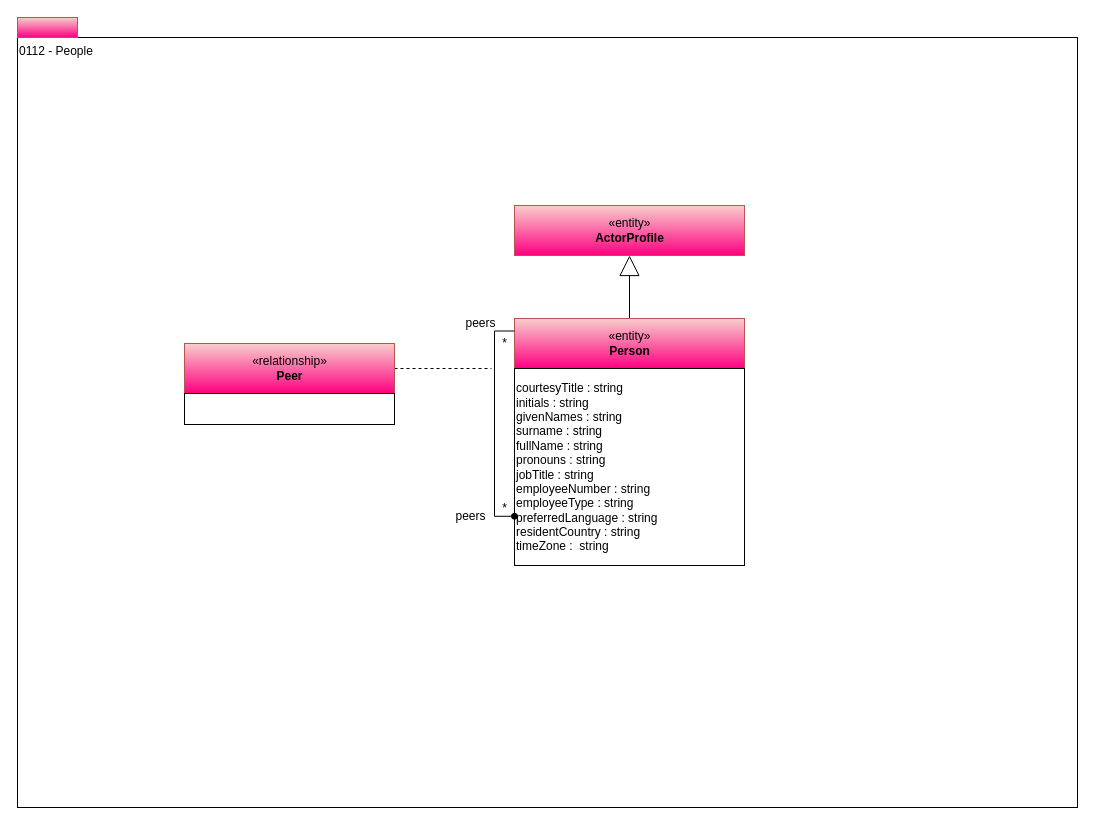
Above: page "0112-People" (4 of 17) of site/docs/types/1/area-1-collaboration.drawio in odpi/egeria-docs (draw.io), before the change. Source tidied: cells renumbered, new cells numbered last; positions are measured from the earlier drawing's top-left corner, leaving out a move shared by most shapes. Both pictures are drawn from the tidied source at 100%, with x=0, y=0 at pixel (17, 17).
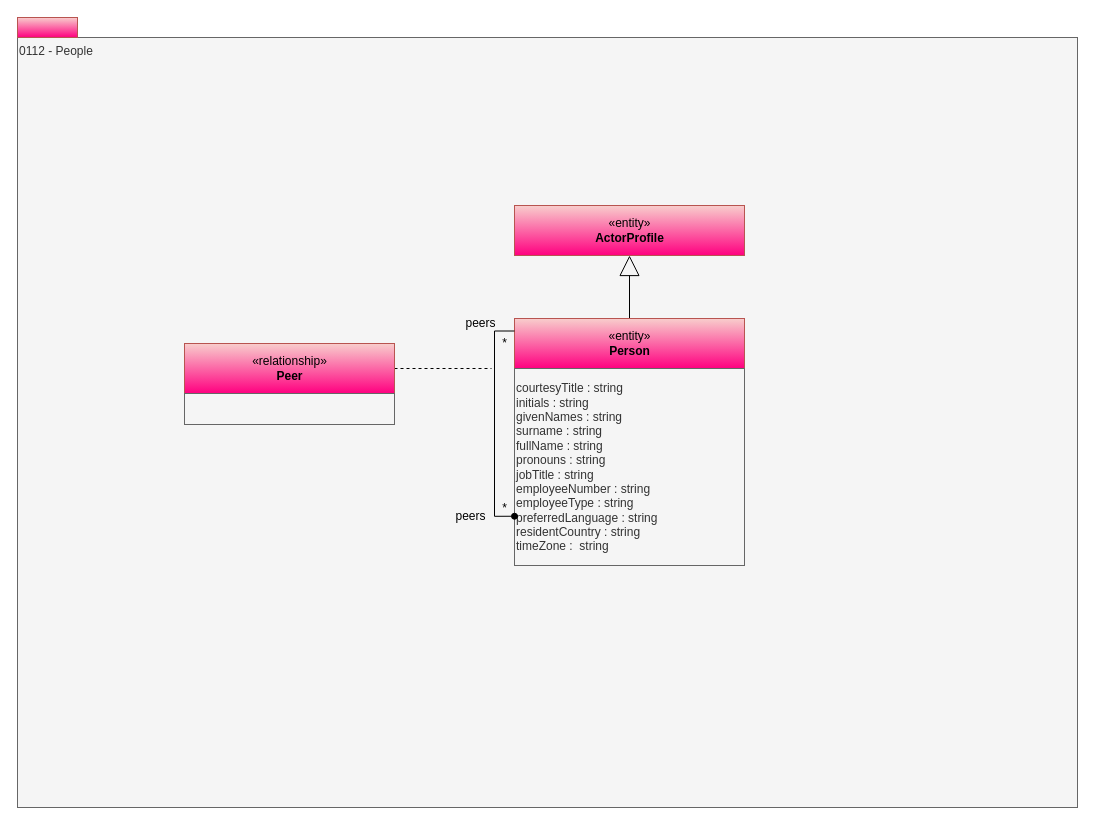
After the change.

The edit, as a diff of the source:
```diff
@@
 <mxGraphModel>
   <root>
     <mxCell id="0" />
     <mxCell id="1" parent="0" />
-    <mxCell id="2" value="0112 - People" style="rounded=0;whiteSpace=wrap;html=1;align=left;verticalAlign=top;" parent="1" vertex="1">
+    <mxCell id="2" value="0112 - People" style="rounded=0;whiteSpace=wrap;html=1;align=left;verticalAlign=top;fillColor=#f5f5f5;fontColor=#333333;strokeColor=#666666;" parent="1" vertex="1">
       <mxGeometry y="20" width="1060" height="770" as="geometry" />
     </mxCell>
     <mxCell id="3" style="edgeStyle=orthogonalEdgeStyle;rounded=0;jettySize=auto;html=1;exitX=0.5;exitY=0;exitDx=0;exitDy=0;endArrow=block;endFill=0;endSize=18;" parent="1" edge="1" source="4" target="7">
       <mxGeometry relative="1" as="geometry" />
     </mxCell>
     <mxCell id="4" value="«entity»&lt;br&gt;&lt;b&gt;Person&lt;/b&gt;" style="html=1;strokeColor=#b85450;align=center;fillColor=#f8cecc;gradientColor=#FF0080;" parent="1" vertex="1">
       <mxGeometry x="497" y="301" width="230" height="50" as="geometry" />
     </mxCell>
     <mxCell id="5" style="html=1;strokeColor=#b85450;align=center;fillColor=#f8cecc;gradientColor=#FF0080;" parent="1" vertex="1">
       <mxGeometry width="60" height="20" as="geometry" />
     </mxCell>
-    <mxCell id="6" value="courtesyTitle : string&lt;br&gt;initials : string&lt;br&gt;givenNames : string&lt;br&gt;surname : string&lt;br&gt;fullName : string&lt;br&gt;pronouns : string&lt;br&gt;jobTitle : string&lt;br&gt;employeeNumber : string&lt;br&gt;employeeType : string&lt;br&gt;preferredLanguage : string&lt;br&gt;residentCountry : string&lt;br&gt;timeZone :&amp;nbsp; string" style="rounded=0;whiteSpace=wrap;html=1;align=left;" parent="1" vertex="1">
+    <mxCell id="6" value="courtesyTitle : string&lt;br&gt;initials : string&lt;br&gt;givenNames : string&lt;br&gt;surname : string&lt;br&gt;fullName : string&lt;br&gt;pronouns : string&lt;br&gt;jobTitle : string&lt;br&gt;employeeNumber : string&lt;br&gt;employeeType : string&lt;br&gt;preferredLanguage : string&lt;br&gt;residentCountry : string&lt;br&gt;timeZone :&amp;nbsp; string" style="rounded=0;whiteSpace=wrap;html=1;align=left;fillColor=#f5f5f5;fontColor=#333333;strokeColor=#666666;" parent="1" vertex="1">
       <mxGeometry x="497" y="351" width="230" height="197" as="geometry" />
     </mxCell>
     <mxCell id="7" value="«entity»&lt;br&gt;&lt;b&gt;ActorProfile&lt;/b&gt;" style="html=1;strokeColor=#b85450;align=center;fillColor=#f8cecc;gradientColor=#FF0080;" parent="1" vertex="1">
       <mxGeometry x="497" y="188" width="230" height="50" as="geometry" />
     </mxCell>
     <mxCell id="8" style="edgeStyle=orthogonalEdgeStyle;rounded=0;html=1;endArrow=none;endFill=0;jettySize=auto;dashed=1;" parent="1" edge="1" source="9">
       <mxGeometry relative="1" as="geometry">
         <mxPoint x="474" y="351" as="targetPoint" />
       </mxGeometry>
     </mxCell>
     <mxCell id="9" value="«relationship»&lt;br&gt;&lt;b&gt;Peer&lt;/b&gt;" style="html=1;strokeColor=#b85450;align=center;fillColor=#f8cecc;gradientColor=#FF0080;" parent="1" vertex="1">
       <mxGeometry x="167" y="326" width="210" height="50" as="geometry" />
     </mxCell>
-    <mxCell id="10" style="rounded=0;whiteSpace=wrap;html=1;strokeColor=#000000;gradientColor=#ffffff;align=left;" parent="1" vertex="1">
+    <mxCell id="10" style="rounded=0;whiteSpace=wrap;html=1;strokeColor=#666666;align=left;fillColor=#f5f5f5;fontColor=#333333;" parent="1" vertex="1">
       <mxGeometry x="167" y="376" width="210" height="31" as="geometry" />
     </mxCell>
     <mxCell id="11" value="*" style="text;html=1;align=center;verticalAlign=top;spacingTop=-4;" parent="1" vertex="1">
       <mxGeometry x="477" y="316" width="20" height="20" as="geometry" />
     </mxCell>
     <mxCell id="12" value="*" style="text;html=1;align=center;verticalAlign=top;spacingTop=-4;" parent="1" vertex="1">
       <mxGeometry x="477" y="481" width="20" height="20" as="geometry" />
     </mxCell>
     <mxCell id="13" value="peers" style="text;html=1;align=center;verticalAlign=top;spacingTop=-4;" parent="1" vertex="1">
       <mxGeometry x="438" y="296" width="50" height="20" as="geometry" />
     </mxCell>
     <mxCell id="14" value="peers" style="text;html=1;align=center;verticalAlign=top;spacingTop=-4;" parent="1" vertex="1">
       <mxGeometry x="428" y="488.5" width="50" height="20" as="geometry" />
     </mxCell>
     <mxCell id="15" style="edgeStyle=orthogonalEdgeStyle;rounded=0;html=1;exitX=0;exitY=0.25;entryX=0;entryY=0.75;endArrow=oval;endFill=1;jettySize=auto;" parent="1" edge="1" source="4" target="6">
       <mxGeometry relative="1" as="geometry" />
     </mxCell>
   </root>
 </mxGraphModel>
```
